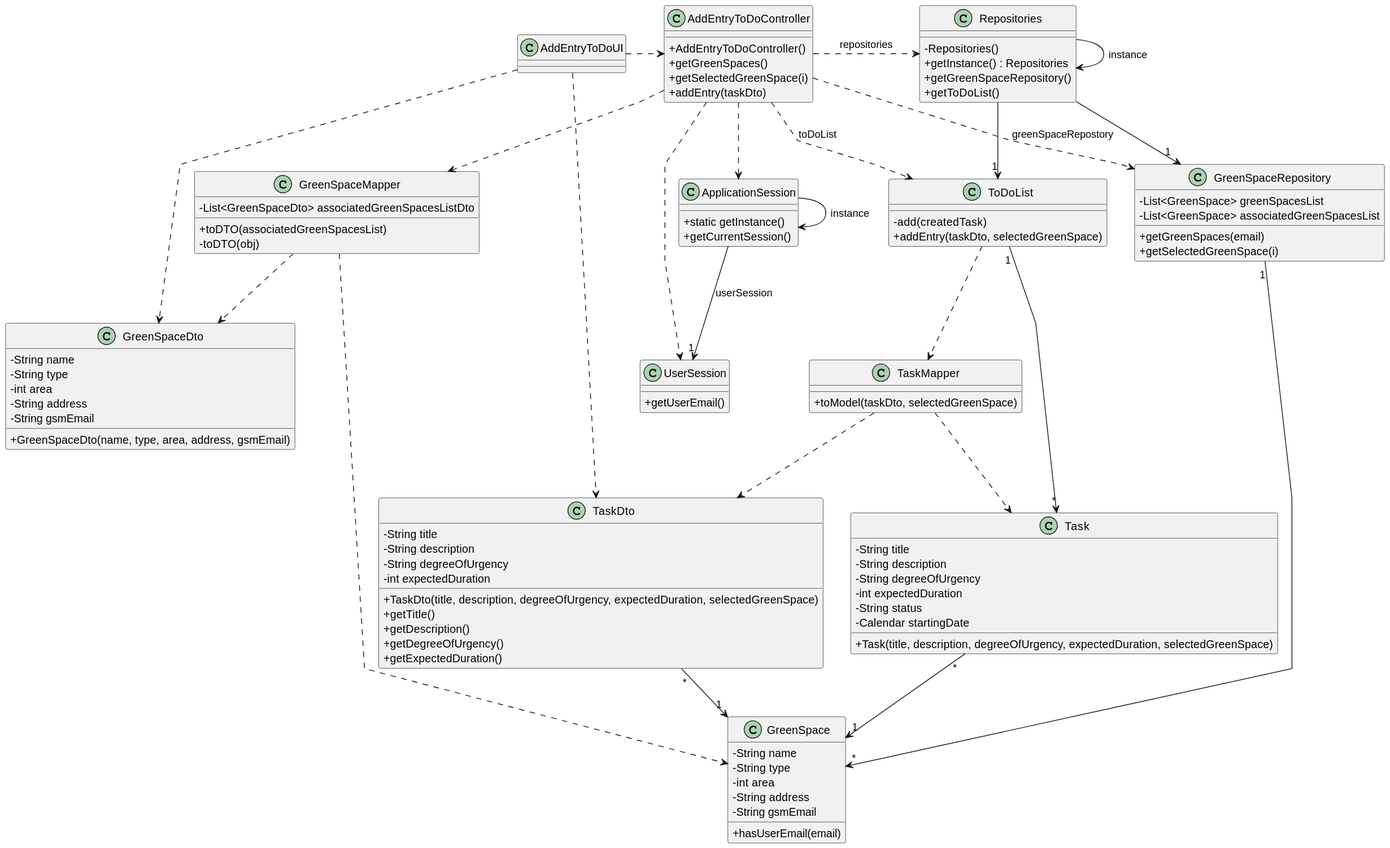
Earlier version of the PlantUML export docs/sprintC/us021/03.design/svg/us021-class-diagram.svg (Departamento-de-Engenharia-Informatica/lei-24-s2-1dm-g132).
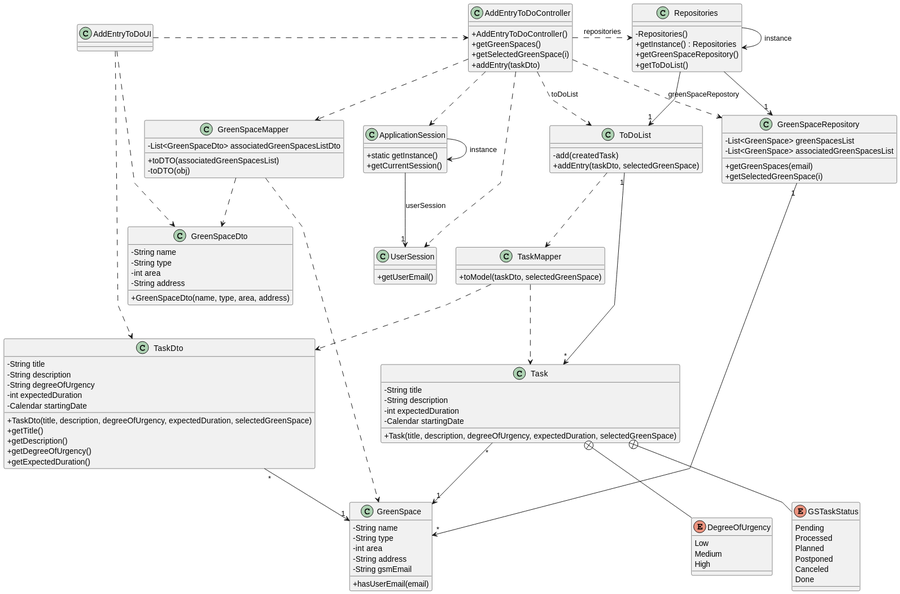
After the commit.

Commit message:
US21 and 22 validation changes in GSTask class

Diff of the diagram source:
```diff
@@ -69,8 +69,7 @@
     - String type
     - int area
     - String address
-    - String gsmEmail
-    + GreenSpaceDto(name, type, area, address, gsmEmail)
+    + GreenSpaceDto(name, type, area, address)
 }
 
 class ToDoList
@@ -83,11 +82,26 @@
 {
     - String title
     - String description
-    - String degreeOfUrgency
     - int expectedDuration
-    - String status
     - Calendar startingDate
     + Task(title, description, degreeOfUrgency, expectedDuration, selectedGreenSpace)
+}
+
+enum DegreeOfUrgency
+{
+    Low
+    Medium
+    High
+}
+
+enum GSTaskStatus
+{
+    Pending
+    Processed
+    Planned
+    Postponed
+    Canceled
+    Done
 }
 
 class TaskMapper
@@ -101,6 +115,7 @@
     - String description
     - String degreeOfUrgency
     - int expectedDuration
+    - Calendar startingDate
     + TaskDto(title, description, degreeOfUrgency, expectedDuration, selectedGreenSpace)
     + getTitle()
     + getDescription()
@@ -108,6 +123,8 @@
     + getExpectedDuration()
 }
 
+Task +-- DegreeOfUrgency
+Task +-- GSTaskStatus
 
 Repositories -> Repositories : instance
 ApplicationSession -> ApplicationSession : instance
```
